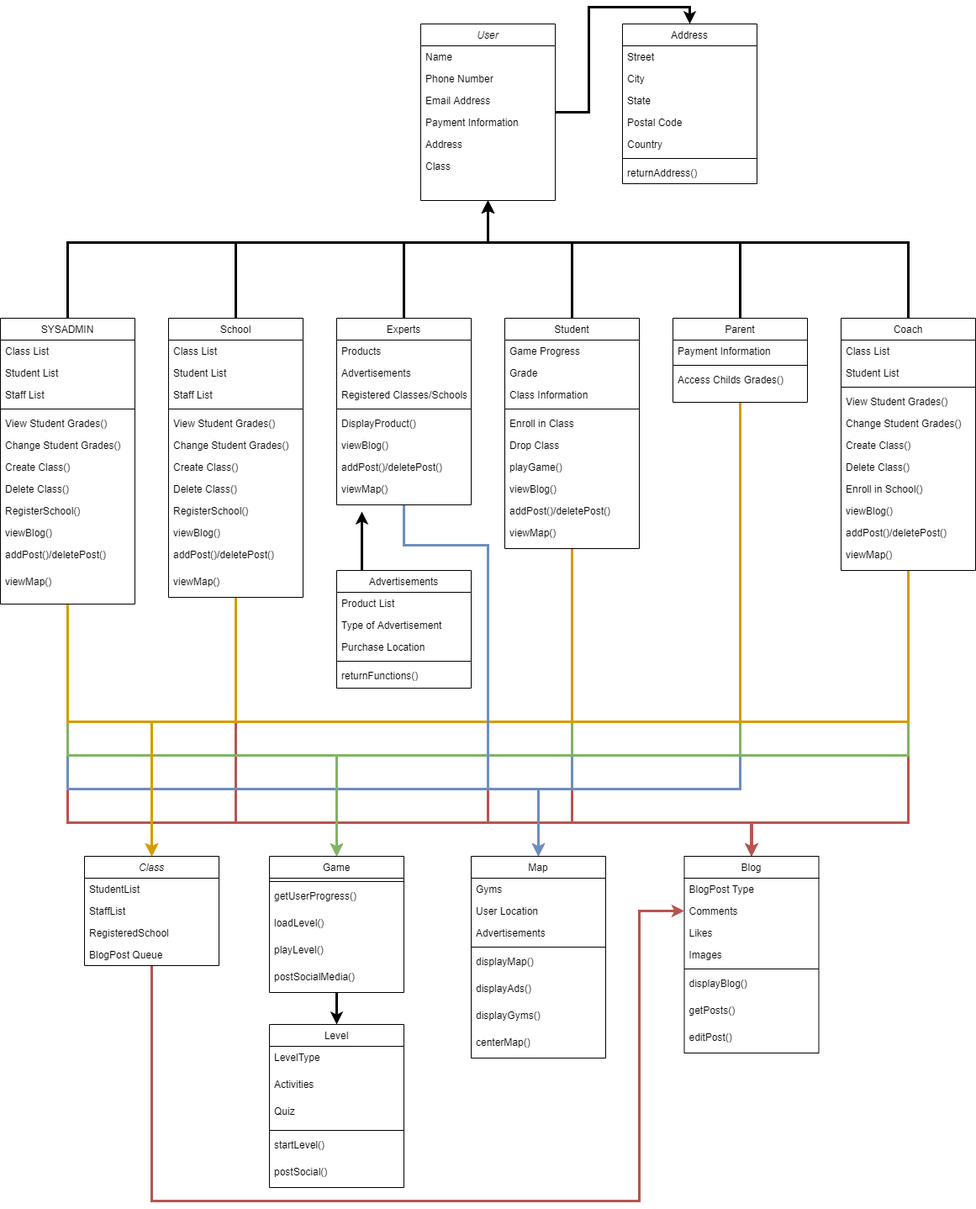
This is Deliverables/Week_4/Class Diagram.png from Hanandrof/Group-3-Repository, a draw.io export, as it was before one commit. Source tidied: cells renumbered, new cells last; positions are measured from the earlier drawing's top-left corner, leaving out a move shared by most shapes.
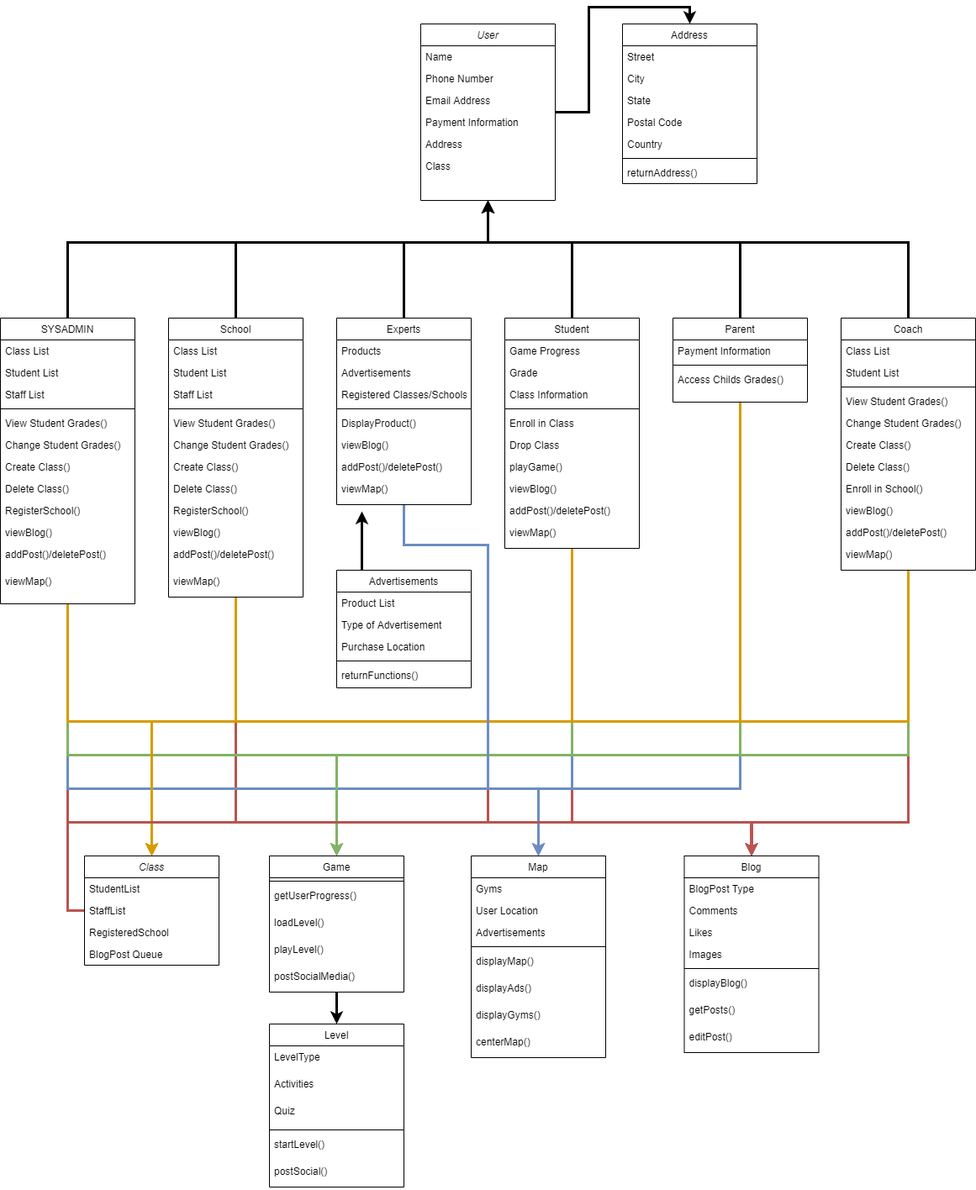
The same file after the commit.

Diff of the diagram source:
```diff
@@ -554,15 +554,15 @@
     <mxCell id="142" value="postSocial()" style="text;align=left;verticalAlign=top;spacingLeft=4;spacingRight=4;overflow=hidden;rounded=0;shadow=0;html=0;" parent="136" vertex="1">
       <mxGeometry y="162" width="160" height="32" as="geometry" />
     </mxCell>
-    <mxCell id="143" style="edgeStyle=orthogonalEdgeStyle;rounded=0;jettySize=auto;html=1;entryX=0;entryY=0.5;entryDx=0;entryDy=0;strokeWidth=3;fillColor=#f8cecc;strokeColor=#b85450;" parent="1" edge="1" source="144" target="113">
-      <mxGeometry relative="1" as="geometry">
-        <Array as="points">
-          <mxPoint x="180" y="1400" />
-          <mxPoint x="760" y="1400" />
-          <mxPoint x="760" y="1055" />
-        </Array>
-      </mxGeometry>
-    </mxCell>
+    <mxCell id="149" style="edgeStyle=orthogonalEdgeStyle;rounded=0;jettySize=auto;html=1;entryX=0.5;entryY=0;entryDx=0;entryDy=0;strokeWidth=3;fillColor=#f8cecc;strokeColor=#b85450;" parent="1" edge="1" source="144" target="111">
+      <mxGeometry relative="1" as="geometry">
+        <Array as="points">
+          <mxPoint x="80" y="1055" />
+          <mxPoint x="80" y="950" />
+          <mxPoint x="894" y="950" />
+        </Array>
+      </mxGeometry>
+    </mxCell>
     <mxCell id="144" value="Class" style="swimlane;fontStyle=2;align=center;verticalAlign=top;horizontal=1;startSize=26;rounded=0;shadow=0;strokeWidth=1;" parent="1" vertex="1">
       <mxGeometry x="100" y="990" width="160" height="130" as="geometry" />
     </mxCell>
```
